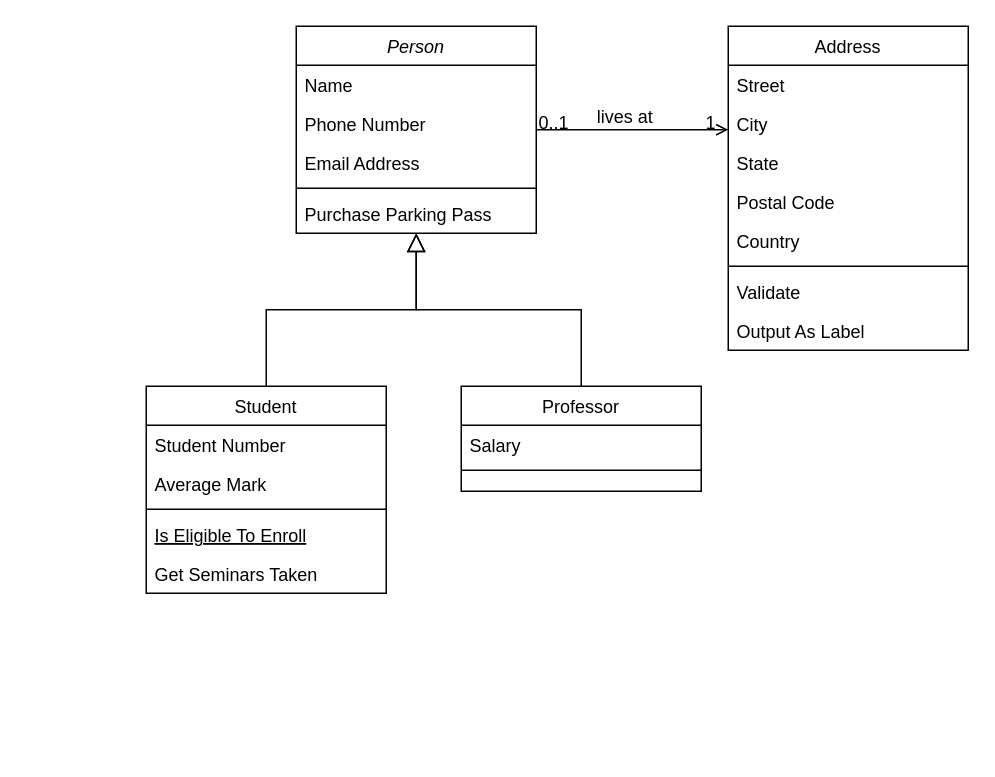
This is EliorWork/Milestone_4/Untitled Diagram.drawio from SENG-350-2024-fall/Team9, a draw.io file, before an edit. Source tidied: cells renumbered, new cells numbered last; positions are measured from the earlier drawing's top-left corner, leaving out a move shared by most shapes. Both pictures are drawn from the tidied source at 150%, with x=0, y=0 at pixel (146, 26).
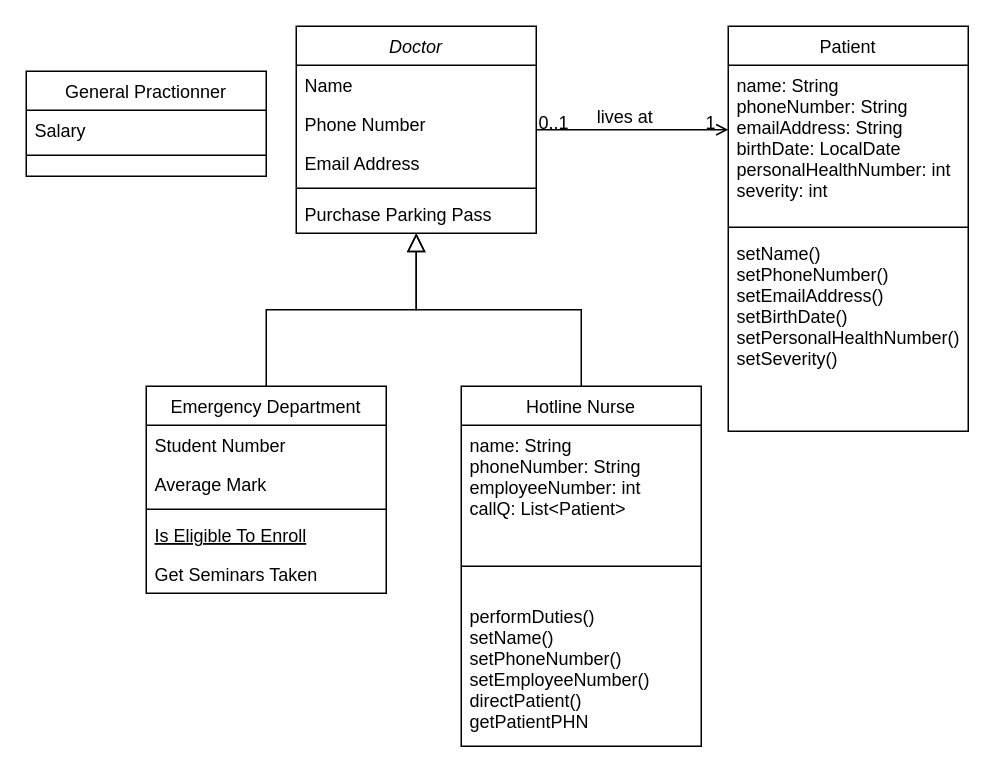
The same diagram, later.

Diff of the diagram source:
```diff
@@
-    <mxCell id="2" value="Person" style="swimlane;fontStyle=2;align=center;verticalAlign=top;horizontal=1;startSize=26;rounded=0;shadow=0;strokeWidth=1;" parent="1" vertex="1">
+    <mxCell id="2" value="Doctor" style="swimlane;fontStyle=2;align=center;verticalAlign=top;horizontal=1;startSize=26;rounded=0;shadow=0;strokeWidth=1;" parent="1" vertex="1">
       <mxGeometry x="100" width="160" height="138" as="geometry" />
     </mxCell>
@@
-    <mxCell id="8" value="Student" style="swimlane;fontStyle=0;align=center;verticalAlign=top;horizontal=1;startSize=26;rounded=0;shadow=0;strokeWidth=1;" parent="1" vertex="1">
+    <mxCell id="8" value="Emergency Department" style="swimlane;fontStyle=0;align=center;verticalAlign=top;horizontal=1;startSize=26;rounded=0;shadow=0;strokeWidth=1;" parent="1" vertex="1">
       <mxGeometry y="240" width="160" height="138" as="geometry" />
     </mxCell>
@@
-    <mxCell id="15" value="Professor" style="swimlane;fontStyle=0;align=center;verticalAlign=top;horizontal=1;startSize=26;rounded=0;shadow=0;strokeWidth=1;" parent="1" vertex="1">
-      <mxGeometry x="210" y="240" width="160" height="70" as="geometry" />
+    <mxCell id="15" value="Hotline Nurse" style="swimlane;fontStyle=0;align=center;verticalAlign=top;horizontal=1;startSize=26;rounded=0;shadow=0;strokeWidth=1;" parent="1" vertex="1">
+      <mxGeometry x="210" y="240" width="160" height="240" as="geometry" />
     </mxCell>
-    <mxCell id="16" value="Salary" style="text;align=left;verticalAlign=top;spacingLeft=4;spacingRight=4;overflow=hidden;" parent="15" vertex="1">
-      <mxGeometry y="26" width="160" height="26" as="geometry" />
+    <mxCell id="16" value="name: String&#10;phoneNumber: String&#10;employeeNumber: int&#10;callQ: List&lt;Patient&gt;" style="text;align=left;verticalAlign=top;spacingLeft=4;spacingRight=4;overflow=hidden;" parent="15" vertex="1">
+      <mxGeometry y="26" width="160" height="74" as="geometry" />
     </mxCell>
     <mxCell id="17" style="line;html=1;strokeWidth=1;align=left;verticalAlign=middle;spacingTop=-1;spacingLeft=3;spacingRight=3;labelPosition=right;" parent="15" vertex="1">
-      <mxGeometry y="52" width="160" height="8" as="geometry" />
+      <mxGeometry y="100" width="160" height="40" as="geometry" />
     </mxCell>
+    <mxCell id="32" value="performDuties()&#10;setName()&#10;setPhoneNumber()&#10;setEmployeeNumber()&#10;directPatient()&#10;getPatientPHN&#10;" style="text;align=left;verticalAlign=top;spacingLeft=4;spacingRight=4;overflow=hidden;" parent="15" vertex="1">
+      <mxGeometry y="140" width="160" height="100" as="geometry" />
+    </mxCell>
@@
-    <mxCell id="19" value="Address" style="swimlane;fontStyle=0;align=center;verticalAlign=top;horizontal=1;startSize=26;rounded=0;shadow=0;strokeWidth=1;" parent="1" vertex="1">
-      <mxGeometry x="388" width="160" height="216" as="geometry" />
+    <mxCell id="19" value="Patient" style="swimlane;fontStyle=0;align=center;verticalAlign=top;horizontal=1;startSize=26;rounded=0;shadow=0;strokeWidth=1;" parent="1" vertex="1">
+      <mxGeometry x="388" width="160" height="270" as="geometry" />
     </mxCell>
-    <mxCell id="20" value="Street" style="text;align=left;verticalAlign=top;spacingLeft=4;spacingRight=4;overflow=hidden;" parent="19" vertex="1">
-      <mxGeometry y="26" width="160" height="26" as="geometry" />
+    <mxCell id="20" value="name: String&#10;phoneNumber: String&#10;emailAddress: String&#10;birthDate: LocalDate&#10;personalHealthNumber: int&#10;severity: int" style="text;align=left;verticalAlign=top;spacingLeft=4;spacingRight=4;overflow=hidden;" parent="19" vertex="1">
+      <mxGeometry y="26" width="160" height="104" as="geometry" />
     </mxCell>
-    <mxCell id="21" value="City" style="text;align=left;verticalAlign=top;spacingLeft=4;spacingRight=4;overflow=hidden;rounded=0;shadow=0;html=0;" parent="19" vertex="1">
-      <mxGeometry y="52" width="160" height="26" as="geometry" />
-    </mxCell>
-    <mxCell id="22" value="State" style="text;align=left;verticalAlign=top;spacingLeft=4;spacingRight=4;overflow=hidden;rounded=0;shadow=0;html=0;" parent="19" vertex="1">
-      <mxGeometry y="78" width="160" height="26" as="geometry" />
-    </mxCell>
-    <mxCell id="23" value="Postal Code" style="text;align=left;verticalAlign=top;spacingLeft=4;spacingRight=4;overflow=hidden;rounded=0;shadow=0;html=0;" parent="19" vertex="1">
-      <mxGeometry y="104" width="160" height="26" as="geometry" />
-    </mxCell>
-    <mxCell id="24" value="Country" style="text;align=left;verticalAlign=top;spacingLeft=4;spacingRight=4;overflow=hidden;rounded=0;shadow=0;html=0;" parent="19" vertex="1">
-      <mxGeometry y="130" width="160" height="26" as="geometry" />
-    </mxCell>
     <mxCell id="25" style="line;html=1;strokeWidth=1;align=left;verticalAlign=middle;spacingTop=-1;spacingLeft=3;spacingRight=3;labelPosition=right;" parent="19" vertex="1">
-      <mxGeometry y="156" width="160" height="8" as="geometry" />
+      <mxGeometry y="130" width="160" height="8" as="geometry" />
     </mxCell>
-    <mxCell id="26" value="Validate" style="text;align=left;verticalAlign=top;spacingLeft=4;spacingRight=4;overflow=hidden;" parent="19" vertex="1">
-      <mxGeometry y="164" width="160" height="26" as="geometry" />
+    <mxCell id="26" value="setName()&#10;setPhoneNumber()&#10;setEmailAddress()&#10;setBirthDate()&#10;setPersonalHealthNumber()&#10;setSeverity()&#10;" style="text;align=left;verticalAlign=top;spacingLeft=4;spacingRight=4;overflow=hidden;" parent="19" vertex="1">
+      <mxGeometry y="138" width="160" height="122" as="geometry" />
     </mxCell>
-    <mxCell id="27" value="Output As Label" style="text;align=left;verticalAlign=top;spacingLeft=4;spacingRight=4;overflow=hidden;" parent="19" vertex="1">
-      <mxGeometry y="190" width="160" height="26" as="geometry" />
-    </mxCell>
@@
+    <mxCell id="33" value="General Practionner" style="swimlane;fontStyle=0;align=center;verticalAlign=top;horizontal=1;startSize=26;rounded=0;shadow=0;strokeWidth=1;" parent="1" vertex="1">
+      <mxGeometry x="-80" y="30" width="160" height="70" as="geometry" />
+    </mxCell>
+    <mxCell id="34" value="Salary" style="text;align=left;verticalAlign=top;spacingLeft=4;spacingRight=4;overflow=hidden;" parent="33" vertex="1">
+      <mxGeometry y="26" width="160" height="26" as="geometry" />
+    </mxCell>
+    <mxCell id="35" style="line;html=1;strokeWidth=1;align=left;verticalAlign=middle;spacingTop=-1;spacingLeft=3;spacingRight=3;labelPosition=right;" parent="33" vertex="1">
+      <mxGeometry y="52" width="160" height="8" as="geometry" />
+    </mxCell>
```
